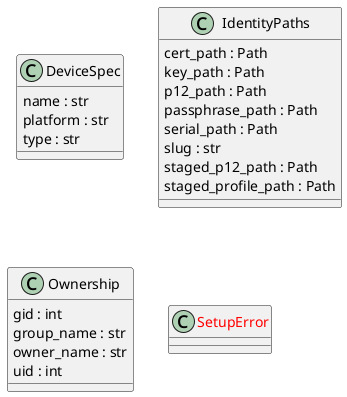
casonk/wiring-harness keeps this PlantUML diagram as docs/diagrams/python-classes.puml.png. Above is the earlier version. Source of this version:
```plantuml
@startuml classes_wiring-harness
set namespaceSeparator none
class "DeviceSpec" as export_mtls_profile.DeviceSpec {
  name : str
  platform : str
  type : str
}
class "IdentityPaths" as export_mtls_profile.IdentityPaths {
  cert_path : Path
  key_path : Path
  p12_path : Path
  passphrase_path : Path
  serial_path : Path
  slug : str
  staged_p12_path : Path
  staged_profile_path : Path
}
class "Ownership" as export_mtls_profile.Ownership {
  gid : int
  group_name : str
  owner_name : str
  uid : int
}
class "<color:red>SetupError</color>" as export_mtls_profile.SetupError {
}
@enduml
```
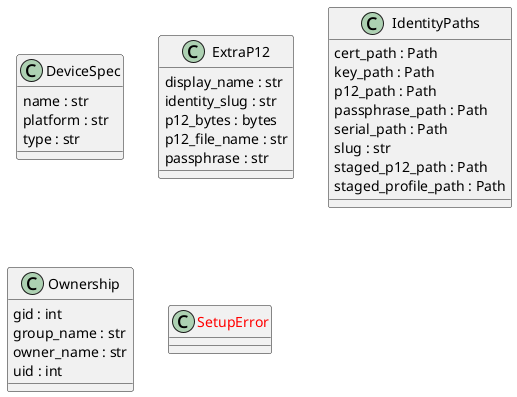
Later version of the same file.

Diff of the diagram source:
```diff
@@ -4,6 +4,13 @@
   name : str
   platform : str
   type : str
+}
+class "ExtraP12" as export_mtls_profile.ExtraP12 {
+  display_name : str
+  identity_slug : str
+  p12_bytes : bytes
+  p12_file_name : str
+  passphrase : str
 }
 class "IdentityPaths" as export_mtls_profile.IdentityPaths {
   cert_path : Path
```
